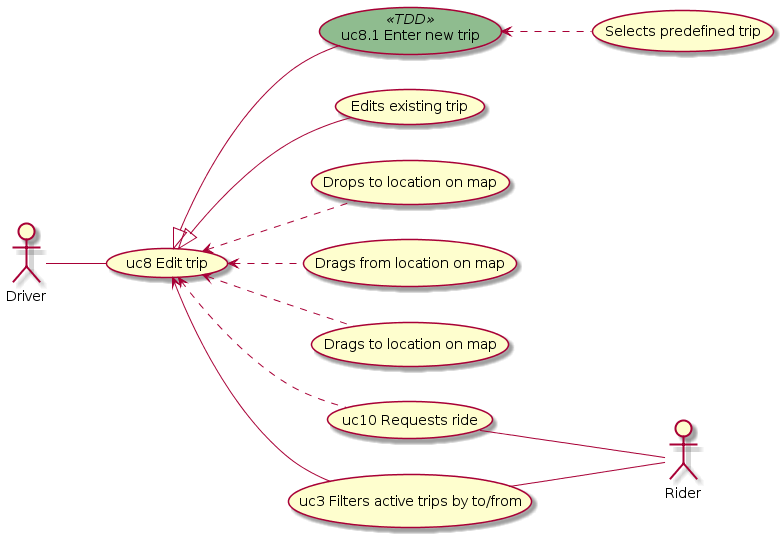
Earlier version of the PlantUML export docs/2uc-trips.png (vilnius/vilnius-carpool).
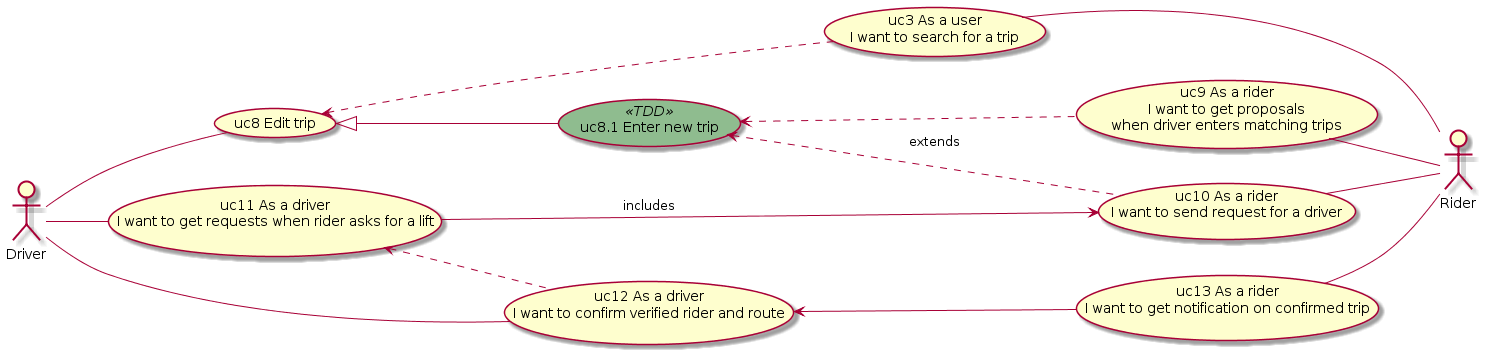
The same file after the commit.

Commit message:
0.1.7 milestone usecases

The edit, as a diff of the source:
```diff
@@ -8,31 +8,31 @@
 :rider: as "Rider"
 :driver: as "Driver"
 
-usecase uc11 as "uc8 Edit trip"
-usecase uc17 as "uc8.1 Enter new trip" << TDD >>
-usecase uc12 as "Selects predefined trip"
-usecase uc13 as "Edits existing trip"
-usecase uc14 as "Drops to location on map"
-usecase uc15 as "Drags from location on map"
-usecase uc16 as "Drags to location on map"
+usecase uc8 as "uc8 Edit trip"
+usecase uc8_1 as "uc8.1 Enter new trip" << TDD >>
+usecase uc10 as "uc10 As a rider\n I want to send request for a driver"
+usecase uc3 as "uc3 As a user\n I want to search for a trip"
+usecase uc13 as "uc13 As a rider\n I want to get notification on confirmed trip"
+usecase uc9 as "uc9 As a rider\n I want to get proposals\n when driver enters matching trips"
+usecase uc11 as "uc11 As a driver\n I want to get requests when rider asks for a lift"
+usecase uc12 as "uc12 As a driver\n I want to confirm verified rider and route"
 
-uc11 <|-down- uc17
-uc11 <|-- uc13
+uc8 <|-down- uc8_1
+uc8_1 <.. uc10: extends
+uc8 <.. uc3
+uc11 --> uc10: includes
+uc8_1 <.. uc9
+uc11 <.. uc12
+uc12 <-- uc13
+
+uc3 -- rider
+uc10 -- rider
+uc13 -- rider
+uc9 -- rider
+
+driver -- uc8
 driver -- uc11
-uc17 <.. uc12
-uc11 <.. uc14
-uc11 <.. uc15
-uc11 <.. uc16
-
-usecase uc21 as "uc10 Requests ride"
-usecase uc22 as "uc3 Filters active trips by to/from"
-uc11 <.. uc21
-
-uc11 <-- uc22
-
-uc21 -- rider
-uc22 -- rider
-
+driver -- uc12
 
 
 
```
